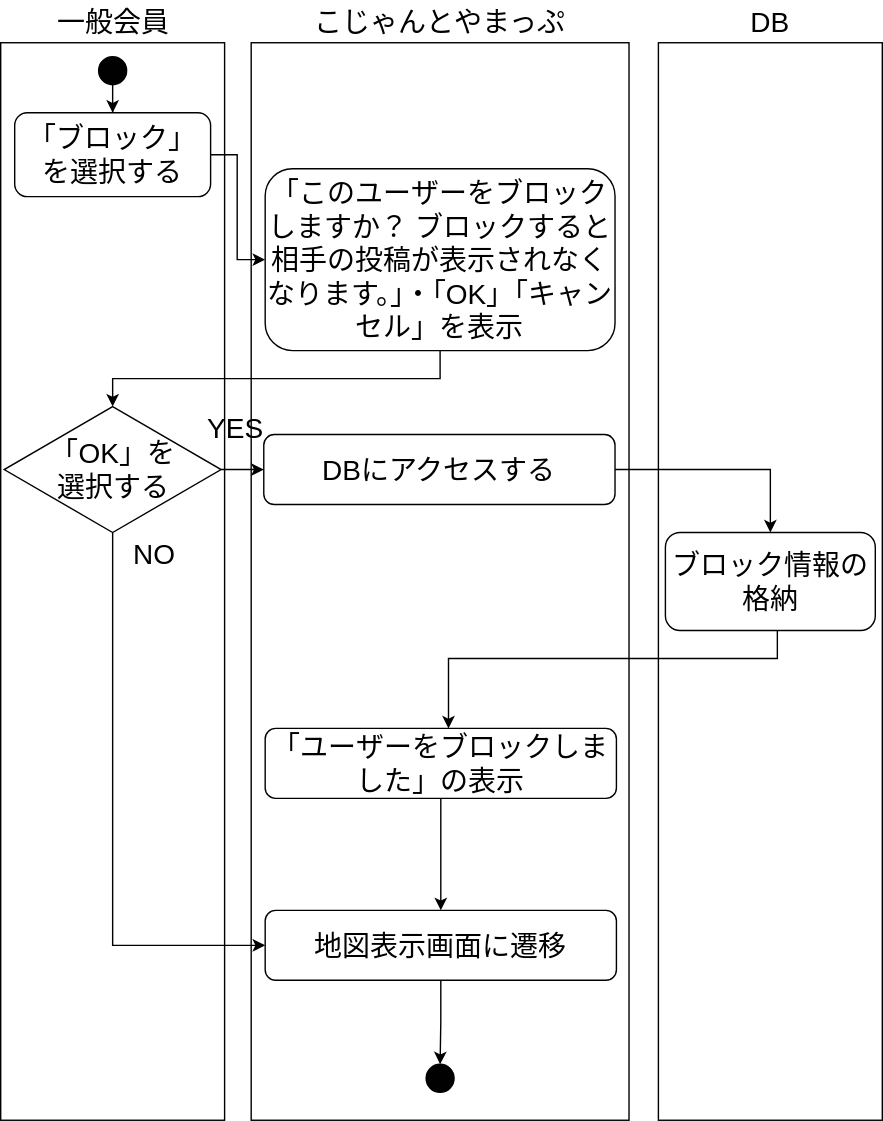
Before: sections/fig_blockpintuho/block_gene.svg, a diagram exported from draw.io (KUT-Group12/external-design). Source tidied: cells renumbered, new cells last; positions are measured from the earlier drawing's top-left corner, leaving out a move shared by most shapes.
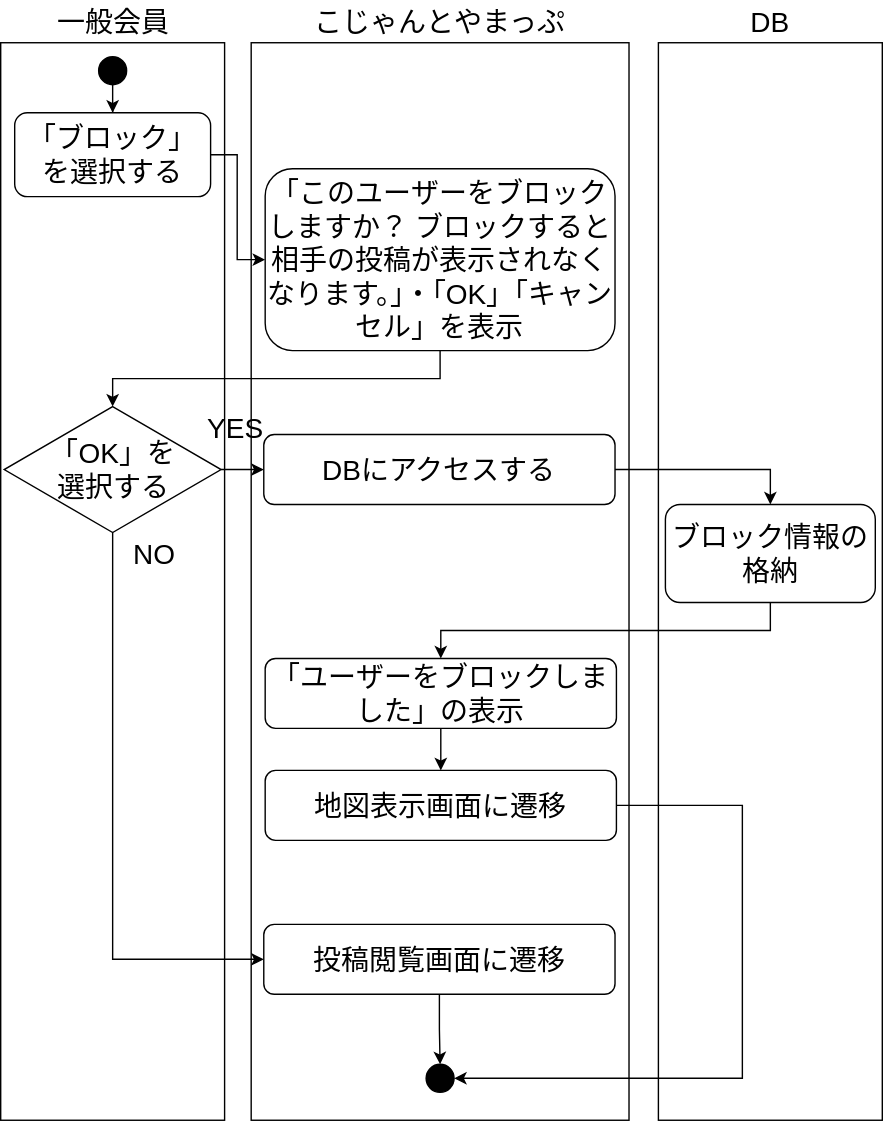
After the change.

Commit message:
docs : ブロックをキャンセルした時に「地図表示画面に遷移」ではなく「投稿閲覧画面に遷移」

What changed in the source:
```diff
@@ -40,22 +40,14 @@
     <mxCell id="12" value="&lt;font style=&quot;font-size: 20px;&quot;&gt;「このユーザーをブロック&lt;br&gt;しますか？ ブロックすると&lt;br&gt;相手の投稿が表示されなく&lt;br&gt;なります。」・「OK」「キャン&lt;br&gt;セル」を表示&lt;/font&gt;" style="rounded=1;whiteSpace=wrap;html=1;" parent="1" vertex="1">
       <mxGeometry x="189" y="120" width="250" height="130" as="geometry" />
     </mxCell>
-    <mxCell id="13" style="edgeStyle=orthogonalEdgeStyle;rounded=0;jettySize=auto;html=1;" parent="1" edge="1" source="14" target="25">
-      <mxGeometry relative="1" as="geometry">
-        <Array as="points">
-          <mxPoint x="555" y="470" />
-          <mxPoint x="320" y="470" />
-        </Array>
-      </mxGeometry>
+    <mxCell id="13" style="edgeStyle=orthogonalEdgeStyle;rounded=0;jettySize=auto;html=1;entryX=0.5;entryY=0;entryDx=0;entryDy=0;exitX=0.5;exitY=1;exitDx=0;exitDy=0;" parent="1" edge="1" source="14" target="25">
+      <mxGeometry relative="1" as="geometry" />
     </mxCell>
     <mxCell id="14" value="&lt;font style=&quot;font-size: 20px;&quot;&gt;ブロック情報の&lt;br&gt;格納&lt;/font&gt;" style="rounded=1;whiteSpace=wrap;html=1;" parent="1" vertex="1">
-      <mxGeometry x="475" y="380" width="150" height="70" as="geometry" />
+      <mxGeometry x="475" y="360" width="150" height="70" as="geometry" />
     </mxCell>
-    <mxCell id="15" style="edgeStyle=orthogonalEdgeStyle;rounded=0;jettySize=auto;html=1;exitX=0.5;exitY=1;exitDx=0;exitDy=0;entryX=0.5;entryY=0;entryDx=0;entryDy=0;" parent="1" edge="1" source="16" target="19">
-      <mxGeometry relative="1" as="geometry" />
-    </mxCell>
     <mxCell id="16" value="&lt;font style=&quot;font-size: 20px;&quot;&gt;地図表示画面に遷移&lt;/font&gt;" style="rounded=1;whiteSpace=wrap;html=1;" parent="1" vertex="1">
-      <mxGeometry x="189" y="650" width="251" height="50" as="geometry" />
+      <mxGeometry x="189" y="550" width="251" height="50" as="geometry" />
     </mxCell>
     <mxCell id="17" style="edgeStyle=orthogonalEdgeStyle;rounded=0;jettySize=auto;html=1;exitX=0.5;exitY=1;exitDx=0;exitDy=0;" parent="1" edge="1" source="18" target="10">
       <mxGeometry relative="1" as="geometry" />
@@ -74,7 +66,7 @@
         </Array>
       </mxGeometry>
     </mxCell>
-    <mxCell id="21" style="edgeStyle=orthogonalEdgeStyle;rounded=0;jettySize=auto;html=1;exitX=0.5;exitY=1;exitDx=0;exitDy=0;entryX=0;entryY=0.5;entryDx=0;entryDy=0;" parent="1" edge="1" source="23" target="16">
+    <mxCell id="21" style="edgeStyle=orthogonalEdgeStyle;rounded=0;jettySize=auto;html=1;exitX=0.5;exitY=1;exitDx=0;exitDy=0;entryX=0;entryY=0.5;entryDx=0;entryDy=0;" parent="1" edge="1" source="23" target="31">
       <mxGeometry relative="1" as="geometry" />
     </mxCell>
     <mxCell id="22" style="edgeStyle=orthogonalEdgeStyle;rounded=0;jettySize=auto;html=1;entryX=0;entryY=0.5;entryDx=0;entryDy=0;" parent="1" edge="1" source="23" target="29">
@@ -87,7 +79,7 @@
       <mxGeometry relative="1" as="geometry" />
     </mxCell>
     <mxCell id="25" value="&lt;span style=&quot;font-size: 20px;&quot;&gt;「ユーザーをブロックしま&lt;br&gt;した」の表示&lt;/span&gt;" style="rounded=1;whiteSpace=wrap;html=1;" parent="1" vertex="1">
-      <mxGeometry x="189" y="520" width="251" height="50" as="geometry" />
+      <mxGeometry x="189" y="470" width="251" height="50" as="geometry" />
     </mxCell>
     <mxCell id="26" value="&lt;font style=&quot;font-size: 20px;&quot;&gt;YES&lt;/font&gt;" style="text;html=1;whiteSpace=wrap;strokeColor=none;fillColor=none;align=center;verticalAlign=middle;rounded=0;" parent="1" vertex="1">
       <mxGeometry x="137.5" y="290" width="60" height="30" as="geometry" />
@@ -101,5 +93,19 @@
     <mxCell id="29" value="&lt;span style=&quot;font-size: 20px;&quot;&gt;DBにアクセスする&lt;/span&gt;" style="rounded=1;whiteSpace=wrap;html=1;" parent="1" vertex="1">
       <mxGeometry x="188" y="310" width="251" height="50" as="geometry" />
     </mxCell>
+    <mxCell id="30" style="edgeStyle=orthogonalEdgeStyle;rounded=0;jettySize=auto;html=1;entryX=0.5;entryY=0;entryDx=0;entryDy=0;" parent="1" edge="1" source="31" target="19">
+      <mxGeometry relative="1" as="geometry" />
+    </mxCell>
+    <mxCell id="31" value="&lt;font style=&quot;font-size: 20px;&quot;&gt;投稿閲覧画面に遷移&lt;/font&gt;" style="rounded=1;whiteSpace=wrap;html=1;" parent="1" vertex="1">
+      <mxGeometry x="188" y="660" width="251" height="50" as="geometry" />
+    </mxCell>
+    <mxCell id="15" style="endArrow=classic;html=1;rounded=0;exitX=1;exitY=0.5;exitDx=0;exitDy=0;entryX=1;entryY=0.5;entryDx=0;entryDy=0;edgeStyle=orthogonalEdgeStyle;" parent="1" edge="1" source="16" target="19">
+      <mxGeometry relative="1" as="geometry">
+        <Array as="points">
+          <mxPoint x="530" y="575" />
+          <mxPoint x="530" y="770" />
+        </Array>
+      </mxGeometry>
+    </mxCell>
   </root>
 </mxGraphModel>
```
